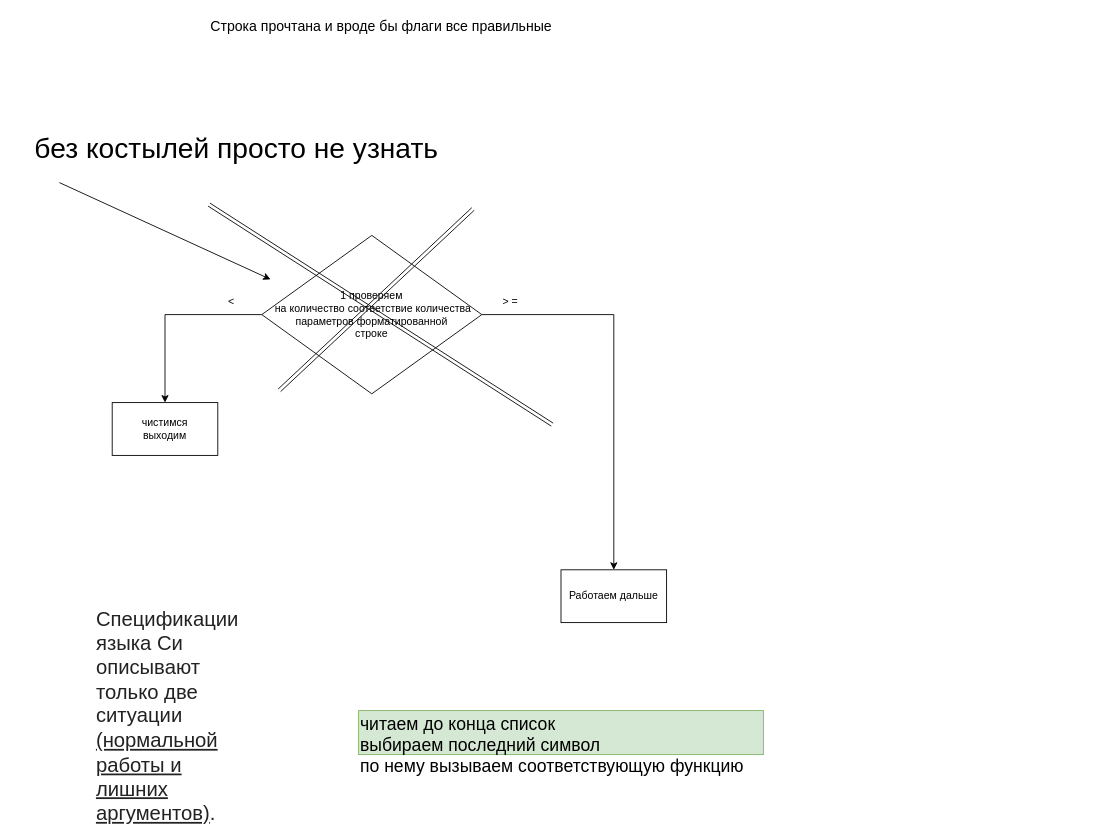
Before: page "количество параметров" (4 of 6) of thougths.drawio in vlukjanenko/ft_printf, a draw.io diagram. Source tidied: cells renumbered, new cells numbered last; positions are measured from the earlier drawing's top-left corner, leaving out a move shared by most shapes. Both pictures are drawn from the tidied source at 88%, with x=0, y=0 at pixel (33, 15).
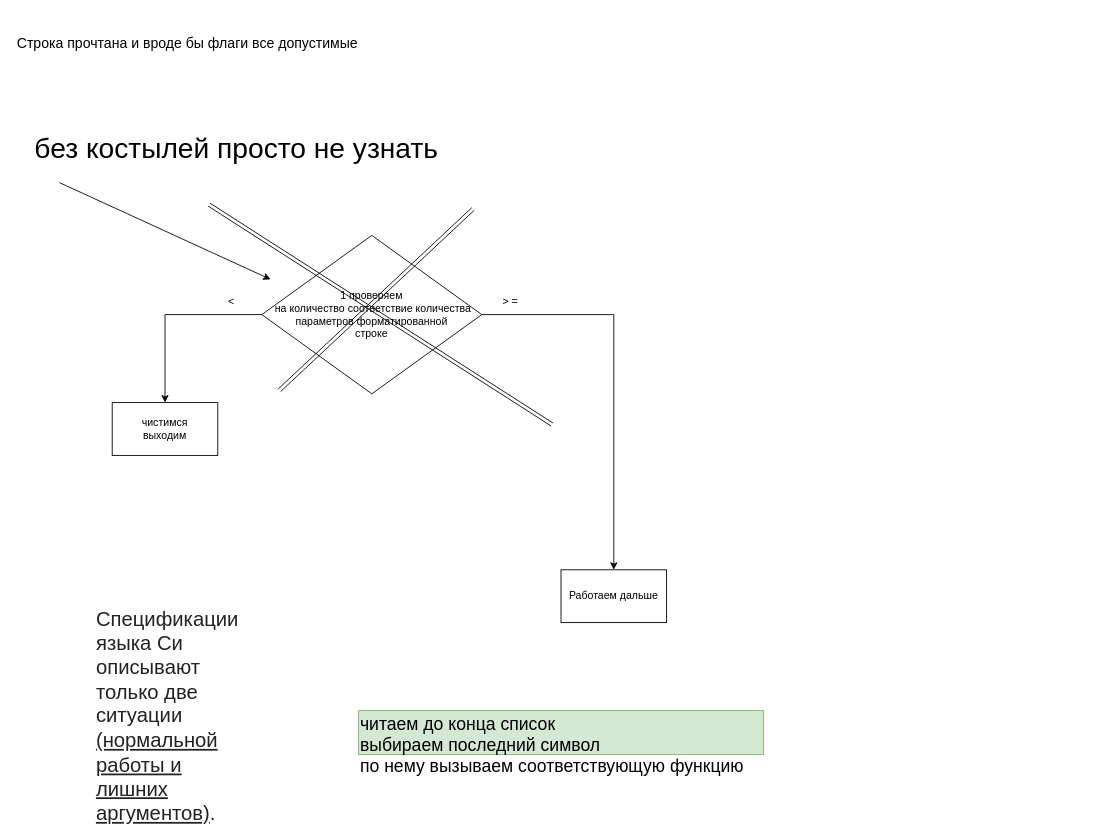
Above is the later version.

Diff of the diagram source:
```diff
@@
 <mxGraphModel>
   <root>
     <mxCell id="0" />
     <mxCell id="1" parent="0" />
-    <mxCell id="2" value="&lt;font style=&quot;font-size: 16px&quot;&gt;Строка прочтана и вроде бы флаги все правильные&lt;/font&gt;" style="text;html=1;align=left;verticalAlign=top;spacingTop=-4;" parent="1" vertex="1">
-      <mxGeometry x="200" width="410" height="20" as="geometry" />
+    <mxCell id="2" value="&lt;font style=&quot;font-size: 16px&quot;&gt;Строка прочтана и вроде бы флаги все допустимые&lt;/font&gt;" style="text;html=1;align=left;verticalAlign=top;spacingTop=-4;" parent="1" vertex="1">
+      <mxGeometry x="-20" y="20" width="410" height="20" as="geometry" />
     </mxCell>
     <mxCell id="3" value="&lt;font style=&quot;font-size: 20px&quot;&gt;читаем до конца список &lt;br&gt;выбираем последний символ&lt;br&gt;по нему вызываем соответствующую функцию&lt;/font&gt;" style="text;html=1;align=left;verticalAlign=top;spacingTop=-4;fillColor=#d5e8d4;strokeColor=#82b366;" parent="1" vertex="1">
       <mxGeometry x="370" y="790" width="460" height="50" as="geometry" />
     </mxCell>
     <mxCell id="4" style="edgeStyle=orthogonalEdgeStyle;rounded=0;jettySize=auto;html=1;" parent="1" edge="1" source="6" target="11">
       <mxGeometry relative="1" as="geometry" />
     </mxCell>
     <mxCell id="5" style="edgeStyle=orthogonalEdgeStyle;rounded=0;jettySize=auto;html=1;" parent="1" edge="1" source="6" target="10">
       <mxGeometry relative="1" as="geometry" />
     </mxCell>
     <mxCell id="6" value="&lt;span style=&quot;text-align: left&quot;&gt;1 проверяем&lt;br&gt;&amp;nbsp;на количество соответствие количества параметров форматированной &lt;br&gt;строке&lt;/span&gt;" style="rhombus;whiteSpace=wrap;html=1;" parent="1" vertex="1">
       <mxGeometry x="260" y="250" width="250" height="180" as="geometry" />
     </mxCell>
     <mxCell id="7" value="&lt;span style=&quot;color: rgb(34 , 34 , 34) ; font-family: sans-serif ; white-space: normal ; background-color: rgb(255 , 255 , 255)&quot;&gt;&lt;font style=&quot;font-size: 23px&quot;&gt;Спецификации языка Си описывают только две ситуации &lt;u&gt;(нормальной работы и лишних аргументов)&lt;/u&gt;.&lt;/font&gt;&lt;/span&gt;" style="text;html=1;align=left;verticalAlign=top;spacingTop=-4;" parent="1" vertex="1">
       <mxGeometry x="70" y="670" width="1140" height="20" as="geometry" />
     </mxCell>
     <mxCell id="8" value="&amp;gt; =" style="text;html=1;align=left;verticalAlign=top;spacingTop=-4;" parent="1" vertex="1">
       <mxGeometry x="532" y="316" width="30" height="20" as="geometry" />
     </mxCell>
     <mxCell id="9" value="&amp;lt;" style="text;html=1;align=left;verticalAlign=top;spacingTop=-4;" parent="1" vertex="1">
       <mxGeometry x="220" y="316" width="20" height="20" as="geometry" />
     </mxCell>
     <mxCell id="10" value="чистимся&lt;br&gt;выходим" style="rounded=0;whiteSpace=wrap;html=1;" parent="1" vertex="1">
       <mxGeometry x="90" y="440" width="120" height="60" as="geometry" />
     </mxCell>
     <mxCell id="11" value="Работаем дальше" style="rounded=0;whiteSpace=wrap;html=1;" parent="1" vertex="1">
       <mxGeometry x="600" y="630" width="120" height="60" as="geometry" />
     </mxCell>
     <mxCell id="12" style="shape=link;html=1;" parent="1" edge="1">
       <mxGeometry relative="1" as="geometry">
         <mxPoint x="280" y="426" as="sourcePoint" />
         <mxPoint x="500" y="220" as="targetPoint" />
       </mxGeometry>
     </mxCell>
     <mxCell id="13" style="shape=link;html=1;" parent="1" edge="1">
       <mxGeometry relative="1" as="geometry">
         <mxPoint x="200" y="215" as="sourcePoint" />
         <mxPoint x="590" y="465" as="targetPoint" />
       </mxGeometry>
     </mxCell>
     <mxCell id="14" value="&lt;font style=&quot;font-size: 32px&quot;&gt;без костылей просто не узнать&lt;/font&gt;" style="text;html=1;align=left;verticalAlign=top;spacingTop=-4;" parent="1" vertex="1">
       <mxGeometry y="130" width="490" height="20" as="geometry" />
     </mxCell>
     <mxCell id="15" style="endArrow=classic;html=1;" parent="1" edge="1">
       <mxGeometry relative="1" as="geometry">
         <mxPoint x="30" y="190" as="sourcePoint" />
         <mxPoint x="270" y="300" as="targetPoint" />
       </mxGeometry>
     </mxCell>
   </root>
 </mxGraphModel>
```
